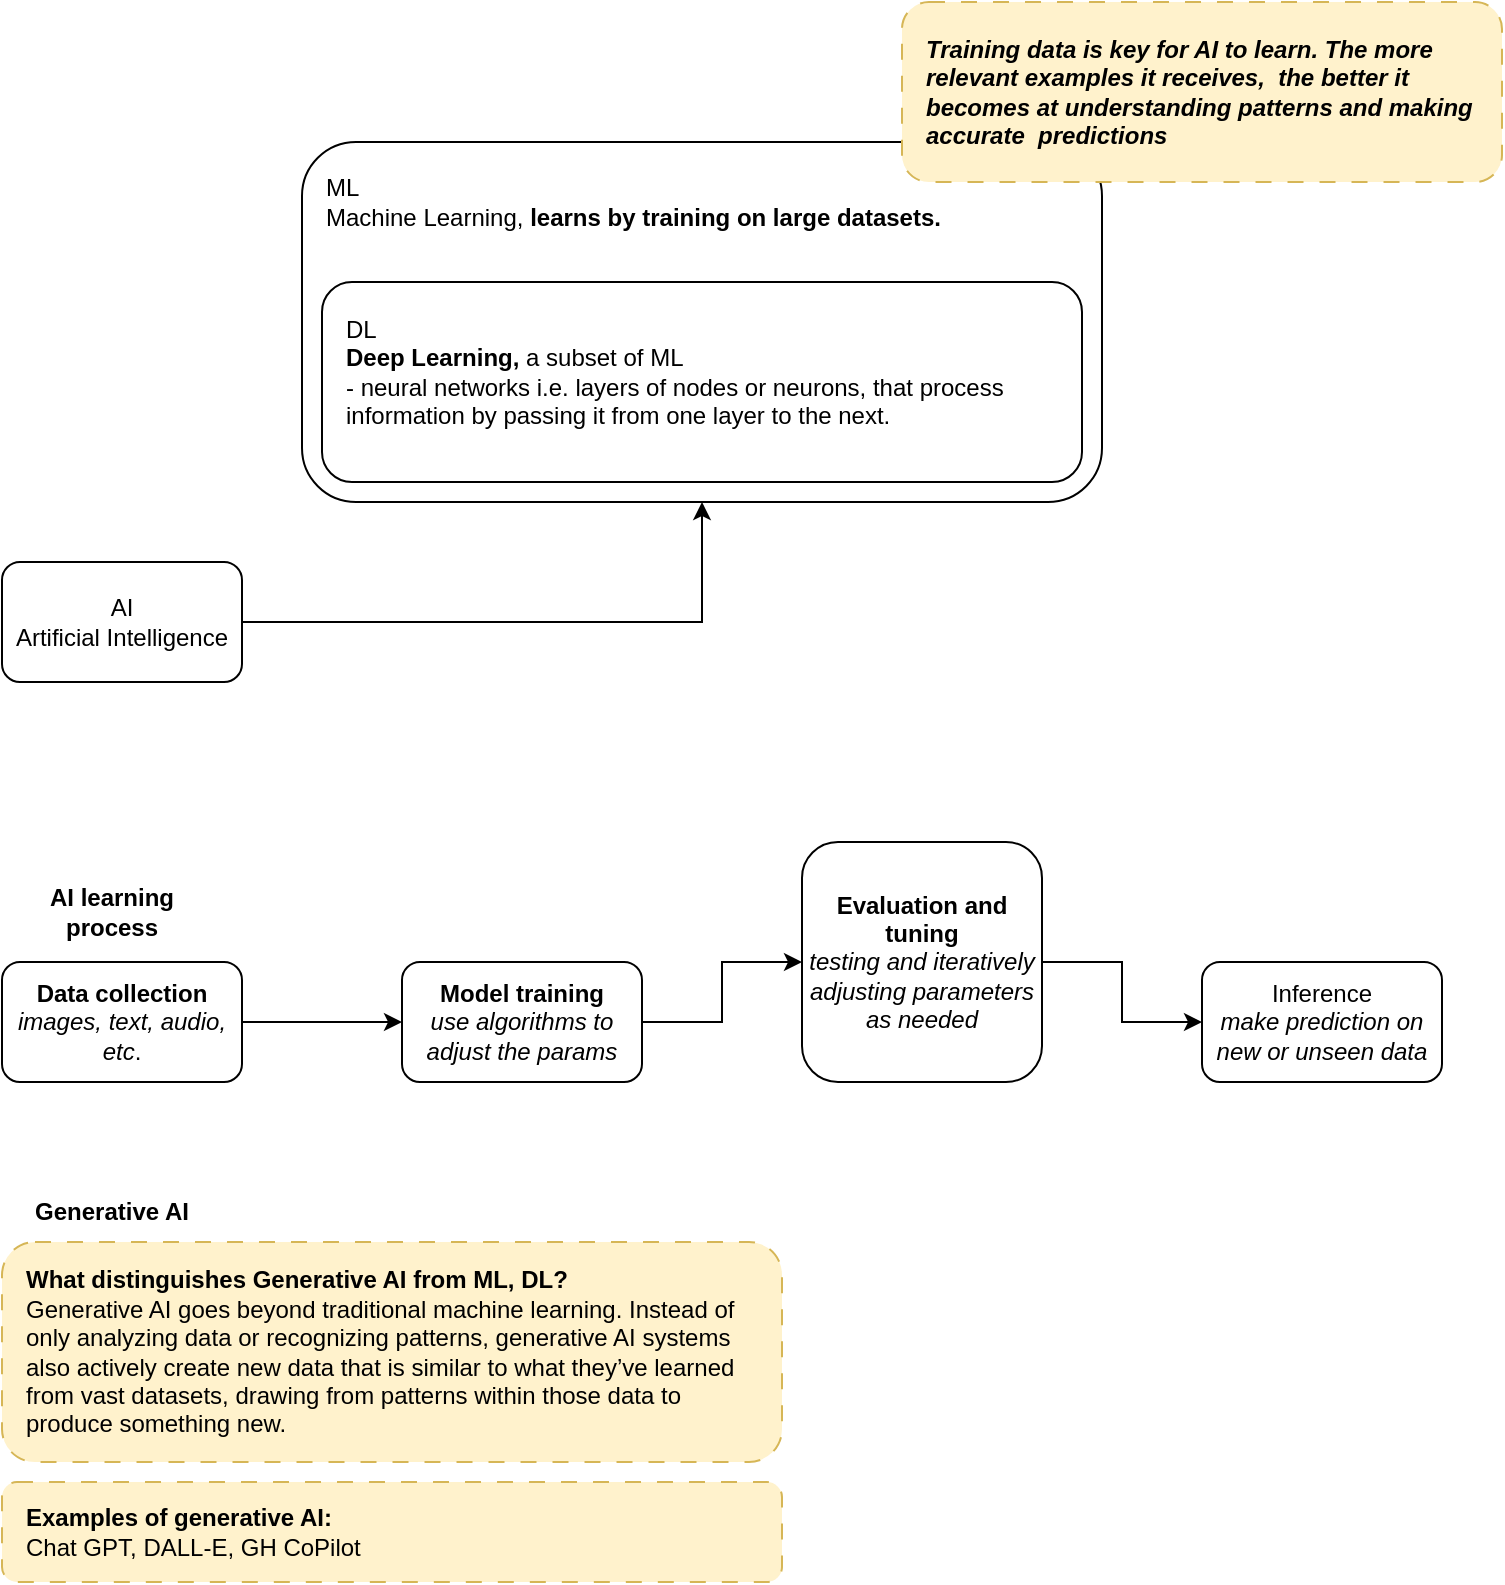
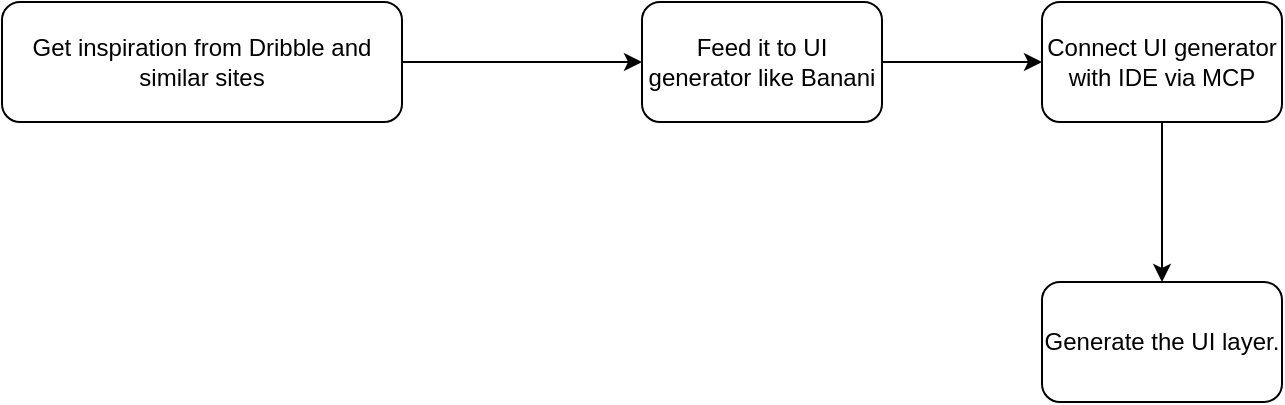
- <mxfile host="app.diagrams.net" agent="Mozilla/5.0 (Macintosh; Intel Mac OS X 10.15; rv:148.0) Gecko/20100101 Firefox/148.0" version="29.6.3">
+ <mxfile host="app.diagrams.net" agent="Mozilla/5.0 (Macintosh; Intel Mac OS X 10.15; rv:148.0) Gecko/20100101 Firefox/148.0" pages="2">
+   <diagram id="xfc_pkhUsen6Ezh46vnN" name="flow">
+     <mxGraphModel dx="726" dy="626" grid="1" gridSize="10" guides="1" tooltips="1" connect="1" arrows="1" fold="1" page="0" pageScale="1" pageWidth="402" pageHeight="874" math="0" shadow="0">
+       <root>
+         <mxCell id="0" />
+         <mxCell id="1" parent="0" />
+         <mxCell id="oKs-0R7jSXA_KWGLNjGW-3" edge="1" parent="1" source="oKs-0R7jSXA_KWGLNjGW-1" style="edgeStyle=orthogonalEdgeStyle;rounded=0;orthogonalLoop=1;jettySize=auto;html=1;" target="oKs-0R7jSXA_KWGLNjGW-2" value="">
+           <mxGeometry relative="1" as="geometry" />
+         </mxCell>
+         <mxCell id="oKs-0R7jSXA_KWGLNjGW-1" parent="1" style="rounded=1;whiteSpace=wrap;html=1;" value="Get inspiration from Dribble and similar sites" vertex="1">
+           <mxGeometry height="60" width="200" x="80" y="40" as="geometry" />
+         </mxCell>
+         <mxCell id="oKs-0R7jSXA_KWGLNjGW-5" edge="1" parent="1" source="oKs-0R7jSXA_KWGLNjGW-2" style="edgeStyle=orthogonalEdgeStyle;rounded=0;orthogonalLoop=1;jettySize=auto;html=1;" target="oKs-0R7jSXA_KWGLNjGW-4" value="">
+           <mxGeometry relative="1" as="geometry" />
+         </mxCell>
+         <mxCell id="oKs-0R7jSXA_KWGLNjGW-2" parent="1" style="whiteSpace=wrap;html=1;rounded=1;" value="Feed it to UI generator like Banani" vertex="1">
+           <mxGeometry height="60" width="120" x="400" y="40" as="geometry" />
+         </mxCell>
+         <mxCell id="oKs-0R7jSXA_KWGLNjGW-7" edge="1" parent="1" source="oKs-0R7jSXA_KWGLNjGW-4" style="edgeStyle=orthogonalEdgeStyle;rounded=0;orthogonalLoop=1;jettySize=auto;html=1;" target="oKs-0R7jSXA_KWGLNjGW-6" value="">
+           <mxGeometry relative="1" as="geometry" />
+         </mxCell>
+         <mxCell id="oKs-0R7jSXA_KWGLNjGW-4" parent="1" style="whiteSpace=wrap;html=1;rounded=1;" value="Connect UI generator with IDE via MCP" vertex="1">
+           <mxGeometry height="60" width="120" x="600" y="40" as="geometry" />
+         </mxCell>
+         <mxCell id="oKs-0R7jSXA_KWGLNjGW-6" parent="1" style="whiteSpace=wrap;html=1;rounded=1;" value="Generate the UI layer." vertex="1">
+           <mxGeometry height="60" width="120" x="600" y="180" as="geometry" />
+         </mxCell>
+       </root>
+     </mxGraphModel>
+   </diagram>
  <diagram name="Page-1" id="a0K6ydJRpvlYdGSrwwLg">
    <mxGraphModel dx="1127" dy="772" grid="1" gridSize="10" guides="1" tooltips="1" connect="1" arrows="1" fold="1" page="0" pageScale="1" pageWidth="402" pageHeight="874" math="0" shadow="0">
      <root>
        <mxCell id="0" />
        <mxCell id="1" parent="0" />
        <mxCell id="iuEBVIoo4pjyFAU5QTh0-3" edge="1" parent="1" source="iuEBVIoo4pjyFAU5QTh0-1" style="edgeStyle=orthogonalEdgeStyle;rounded=0;orthogonalLoop=1;jettySize=auto;html=1;" target="iuEBVIoo4pjyFAU5QTh0-2" value="">
          <mxGeometry relative="1" as="geometry" />
        </mxCell>
        <mxCell id="iuEBVIoo4pjyFAU5QTh0-1" parent="1" style="rounded=1;whiteSpace=wrap;html=1;" value="AI&lt;br&gt;Artificial Intelligence" vertex="1">
          <mxGeometry height="60" width="120" x="140" y="370" as="geometry" />
        </mxCell>
        <mxCell id="iuEBVIoo4pjyFAU5QTh0-2" parent="1" style="rounded=1;whiteSpace=wrap;html=1;" value="" vertex="1">
          <mxGeometry height="180" width="400" x="290" y="160" as="geometry" />
        </mxCell>
        <mxCell id="iuEBVIoo4pjyFAU5QTh0-4" parent="1" style="rounded=1;whiteSpace=wrap;html=1;align=left;verticalAlign=top;spacing=12;" value="&lt;div&gt;DL&lt;/div&gt;&lt;div&gt;&lt;b&gt;Deep Learning, &lt;/b&gt;a&amp;nbsp;subset of ML&lt;/div&gt;&lt;div&gt;- neural networks i.e. layers of nodes or neurons, that process information by passing it from one layer to the next.&lt;/div&gt;" vertex="1">
          <mxGeometry height="100" width="380" x="300" y="230" as="geometry" />
        </mxCell>
        <mxCell id="7ujJaLgyB3FPEBS25mQC-1" parent="1" style="text;html=1;whiteSpace=wrap;strokeColor=none;fillColor=none;align=left;verticalAlign=middle;rounded=0;" value="&lt;div align=&quot;left&quot;&gt;ML&lt;br&gt;&lt;div&gt;Machine Learning, &lt;b&gt;learns by training on large datasets.&lt;/b&gt;&lt;/div&gt;&lt;/div&gt;" vertex="1">
          <mxGeometry height="40" width="370" x="300" y="170" as="geometry" />
        </mxCell>
        <mxCell id="7ujJaLgyB3FPEBS25mQC-2" parent="1" style="rounded=1;whiteSpace=wrap;html=1;fillColor=#fff2cc;strokeColor=#d6b656;align=left;dashed=1;dashPattern=8 8;spacing=12;fontStyle=3" value="&lt;div class=&quot;note mb-1 flex gap-1 font-semibold&quot;&gt;Training data is key for AI to learn. The more relevant examples it receives,&amp;nbsp; the better it becomes at understanding patterns and making accurate&amp;nbsp; predictions&lt;/div&gt;" vertex="1">
          <mxGeometry height="90" width="300" x="590" y="90" as="geometry" />
        </mxCell>
        <mxCell id="7ujJaLgyB3FPEBS25mQC-6" edge="1" parent="1" source="7ujJaLgyB3FPEBS25mQC-3" style="edgeStyle=orthogonalEdgeStyle;rounded=0;orthogonalLoop=1;jettySize=auto;html=1;" target="7ujJaLgyB3FPEBS25mQC-5" value="">
          <mxGeometry relative="1" as="geometry" />
        </mxCell>
        <mxCell id="7ujJaLgyB3FPEBS25mQC-3" parent="1" style="rounded=1;whiteSpace=wrap;html=1;" value="&lt;b&gt;Data collection&lt;/b&gt;&lt;br&gt;&lt;i&gt;images, text, audio, etc&lt;/i&gt;." vertex="1">
          <mxGeometry height="60" width="120" x="140" y="570" as="geometry" />
        </mxCell>
        <mxCell id="7ujJaLgyB3FPEBS25mQC-4" parent="1" style="text;html=1;whiteSpace=wrap;strokeColor=none;fillColor=none;align=center;verticalAlign=middle;rounded=0;fontStyle=1" value="AI learning process" vertex="1">
          <mxGeometry height="30" width="110" x="140" y="530" as="geometry" />
        </mxCell>
        <mxCell id="7ujJaLgyB3FPEBS25mQC-8" edge="1" parent="1" source="7ujJaLgyB3FPEBS25mQC-5" style="edgeStyle=orthogonalEdgeStyle;rounded=0;orthogonalLoop=1;jettySize=auto;html=1;" target="7ujJaLgyB3FPEBS25mQC-7" value="">
          <mxGeometry relative="1" as="geometry" />
        </mxCell>
        <mxCell id="7ujJaLgyB3FPEBS25mQC-5" parent="1" style="whiteSpace=wrap;html=1;rounded=1;" value="&lt;b&gt;Model training&lt;/b&gt;&lt;br&gt;&lt;i&gt;use algorithms to adjust the params&lt;/i&gt;" vertex="1">
          <mxGeometry height="60" width="120" x="340" y="570" as="geometry" />
        </mxCell>
        <mxCell id="7ujJaLgyB3FPEBS25mQC-10" edge="1" parent="1" source="7ujJaLgyB3FPEBS25mQC-7" style="edgeStyle=orthogonalEdgeStyle;rounded=0;orthogonalLoop=1;jettySize=auto;html=1;" target="7ujJaLgyB3FPEBS25mQC-9" value="">
          <mxGeometry relative="1" as="geometry" />
        </mxCell>
        <mxCell id="7ujJaLgyB3FPEBS25mQC-7" parent="1" style="whiteSpace=wrap;html=1;rounded=1;" value="&lt;b&gt;Evaluation and tuning&lt;/b&gt;&lt;br&gt;&lt;i&gt;testing and iteratively adjusting parameters as needed&lt;/i&gt;" vertex="1">
          <mxGeometry height="120" width="120" x="540" y="510" as="geometry" />
        </mxCell>
        <mxCell id="7ujJaLgyB3FPEBS25mQC-9" parent="1" style="whiteSpace=wrap;html=1;rounded=1;" value="Inference&lt;br&gt;&lt;i&gt;make prediction on new or unseen data&lt;/i&gt;" vertex="1">
          <mxGeometry height="60" width="120" x="740" y="570" as="geometry" />
        </mxCell>
        <mxCell id="7ujJaLgyB3FPEBS25mQC-11" parent="1" style="text;html=1;whiteSpace=wrap;strokeColor=none;fillColor=none;align=center;verticalAlign=middle;rounded=0;fontStyle=1" value="Generative AI" vertex="1">
          <mxGeometry height="30" width="110" x="140" y="680" as="geometry" />
        </mxCell>
        <mxCell id="7ujJaLgyB3FPEBS25mQC-12" parent="1" style="rounded=1;whiteSpace=wrap;html=1;fillColor=#fff2cc;strokeColor=#d6b656;align=left;spacing=12;dashed=1;dashPattern=8 8;" value="&lt;b&gt;What distinguishes Generative AI from ML, DL?&lt;/b&gt;&lt;br&gt;Generative AI goes beyond traditional machine learning. Instead of only analyzing data or recognizing patterns, generative AI systems also actively create new data that is similar to what they’ve learned from vast datasets, drawing from patterns within those data to produce something new." vertex="1">
          <mxGeometry height="110" width="390" x="140" y="710" as="geometry" />
        </mxCell>
        <mxCell id="7ujJaLgyB3FPEBS25mQC-13" parent="1" style="rounded=1;whiteSpace=wrap;html=1;fillColor=#fff2cc;strokeColor=#d6b656;align=left;spacing=12;dashed=1;dashPattern=8 8;" value="&lt;b&gt;Examples of generative AI:&amp;nbsp;&lt;/b&gt;&lt;br&gt;Chat GPT, DALL-E, GH CoPilot" vertex="1">
          <mxGeometry height="50" width="390" x="140" y="830" as="geometry" />
        </mxCell>
      </root>
    </mxGraphModel>
  </diagram>
</mxfile>
